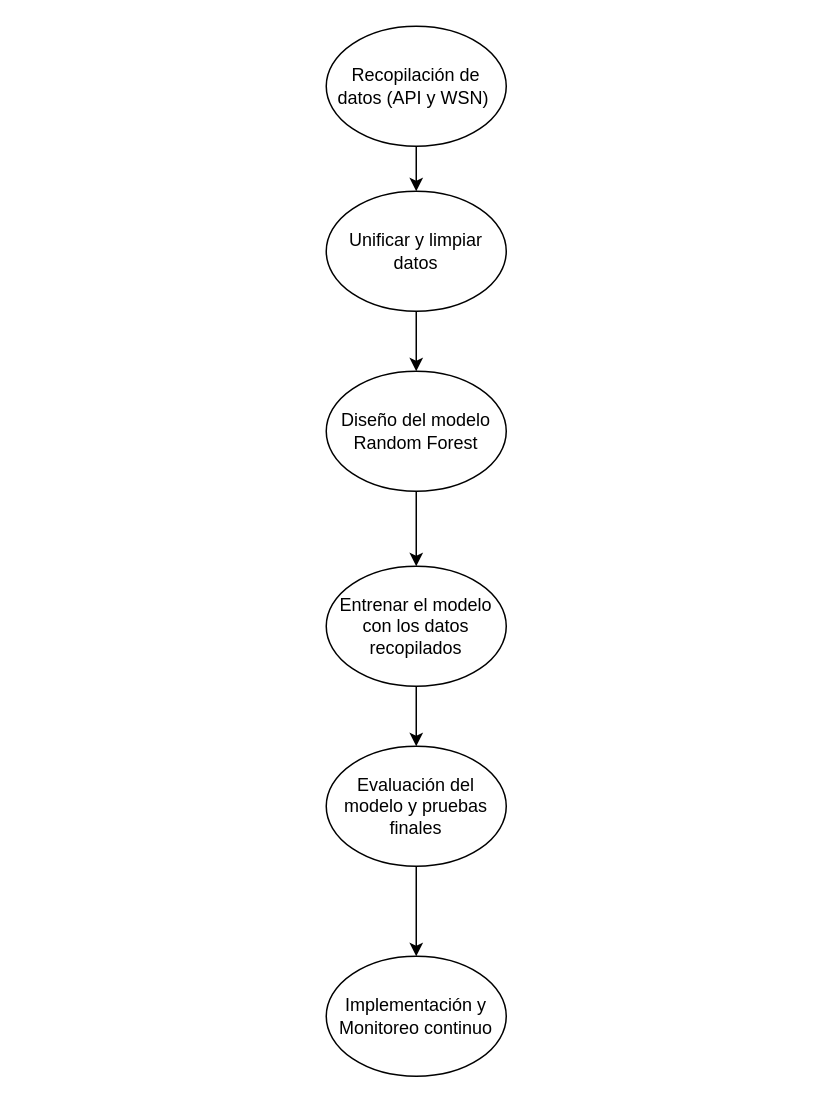
Earlier version of the draw.io diagram implementacion_SWGARDEN.drawio (KireSql/Lab7AMSTG3). Source tidied: cells renumbered, new cells numbered last; positions are measured from the earlier drawing's top-left corner, leaving out a move shared by most shapes. Both pictures are drawn from the tidied source at 150%, with x=0, y=0 at pixel (326, 26).
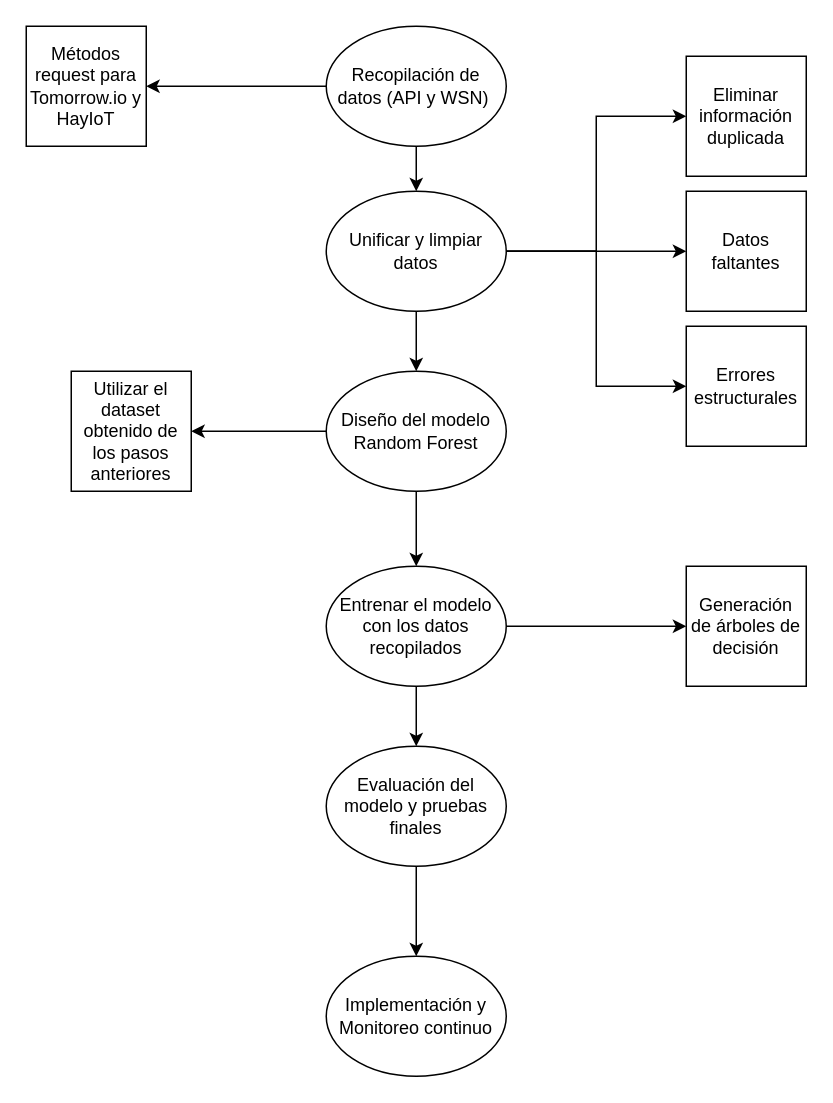
The same page after the edit.

Unchanged cells that the change refers to:
```xml
<mxCell id="3" value="Recopilación de datos (API y WSN)&amp;nbsp;" style="ellipse;whiteSpace=wrap;html=1;" parent="1" vertex="1">
  <mxGeometry width="120" height="80" as="geometry" />
</mxCell>
<mxCell id="5" value="Unificar y limpiar datos" style="ellipse;whiteSpace=wrap;html=1;" parent="1" vertex="1">
  <mxGeometry y="110" width="120" height="80" as="geometry" />
</mxCell>
<mxCell id="7" value="Diseño del modelo Random Forest" style="ellipse;whiteSpace=wrap;html=1;" parent="1" vertex="1">
  <mxGeometry y="230" width="120" height="80" as="geometry" />
</mxCell>
<mxCell id="9" value="Entrenar el modelo con los datos recopilados" style="ellipse;whiteSpace=wrap;html=1;" parent="1" vertex="1">
  <mxGeometry y="360" width="120" height="80" as="geometry" />
</mxCell>
```

The edit, as a diff of the source:
```diff
@@
+    <mxCell id="13" style="edgeStyle=orthogonalEdgeStyle;rounded=0;jettySize=auto;html=1;entryX=1;entryY=0.5;entryDx=0;entryDy=0;" parent="1" edge="1" source="3" target="22">
+      <mxGeometry relative="1" as="geometry" />
+    </mxCell>
@@
+    <mxCell id="14" style="edgeStyle=orthogonalEdgeStyle;rounded=0;jettySize=auto;html=1;entryX=0;entryY=0.5;entryDx=0;entryDy=0;" parent="1" edge="1" source="5" target="19">
+      <mxGeometry relative="1" as="geometry" />
+    </mxCell>
+    <mxCell id="15" style="edgeStyle=orthogonalEdgeStyle;rounded=0;jettySize=auto;html=1;entryX=0;entryY=0.5;entryDx=0;entryDy=0;" parent="1" edge="1" source="5" target="20">
+      <mxGeometry relative="1" as="geometry" />
+    </mxCell>
+    <mxCell id="16" style="edgeStyle=orthogonalEdgeStyle;rounded=0;jettySize=auto;html=1;entryX=0;entryY=0.5;entryDx=0;entryDy=0;" parent="1" edge="1" source="5" target="21">
+      <mxGeometry relative="1" as="geometry" />
+    </mxCell>
@@
+    <mxCell id="17" style="edgeStyle=orthogonalEdgeStyle;rounded=0;jettySize=auto;html=1;entryX=1;entryY=0.5;entryDx=0;entryDy=0;" parent="1" edge="1" source="7" target="23">
+      <mxGeometry relative="1" as="geometry" />
+    </mxCell>
@@
+    <mxCell id="18" style="edgeStyle=orthogonalEdgeStyle;rounded=0;jettySize=auto;html=1;" parent="1" edge="1" source="9" target="24">
+      <mxGeometry relative="1" as="geometry" />
+    </mxCell>
@@
+    <mxCell id="19" value="Eliminar información duplicada" style="whiteSpace=wrap;html=1;" parent="1" vertex="1">
+      <mxGeometry x="240" y="20" width="80" height="80" as="geometry" />
+    </mxCell>
+    <mxCell id="20" value="Datos faltantes" style="whiteSpace=wrap;html=1;" parent="1" vertex="1">
+      <mxGeometry x="240" y="110" width="80" height="80" as="geometry" />
+    </mxCell>
+    <mxCell id="21" value="Errores estructurales" style="whiteSpace=wrap;html=1;" parent="1" vertex="1">
+      <mxGeometry x="240" y="200" width="80" height="80" as="geometry" />
+    </mxCell>
+    <mxCell id="22" value="Métodos request para Tomorrow.io y HayIoT" style="html=1;whiteSpace=wrap;" parent="1" vertex="1">
+      <mxGeometry x="-200" width="80" height="80" as="geometry" />
+    </mxCell>
+    <mxCell id="23" value="Utilizar el dataset obtenido de los pasos anteriores" style="whiteSpace=wrap;html=1;" parent="1" vertex="1">
+      <mxGeometry x="-170" y="230" width="80" height="80" as="geometry" />
+    </mxCell>
+    <mxCell id="24" value="Generación de árboles de decisión" style="whiteSpace=wrap;html=1;" parent="1" vertex="1">
+      <mxGeometry x="240" y="360" width="80" height="80" as="geometry" />
+    </mxCell>
```
